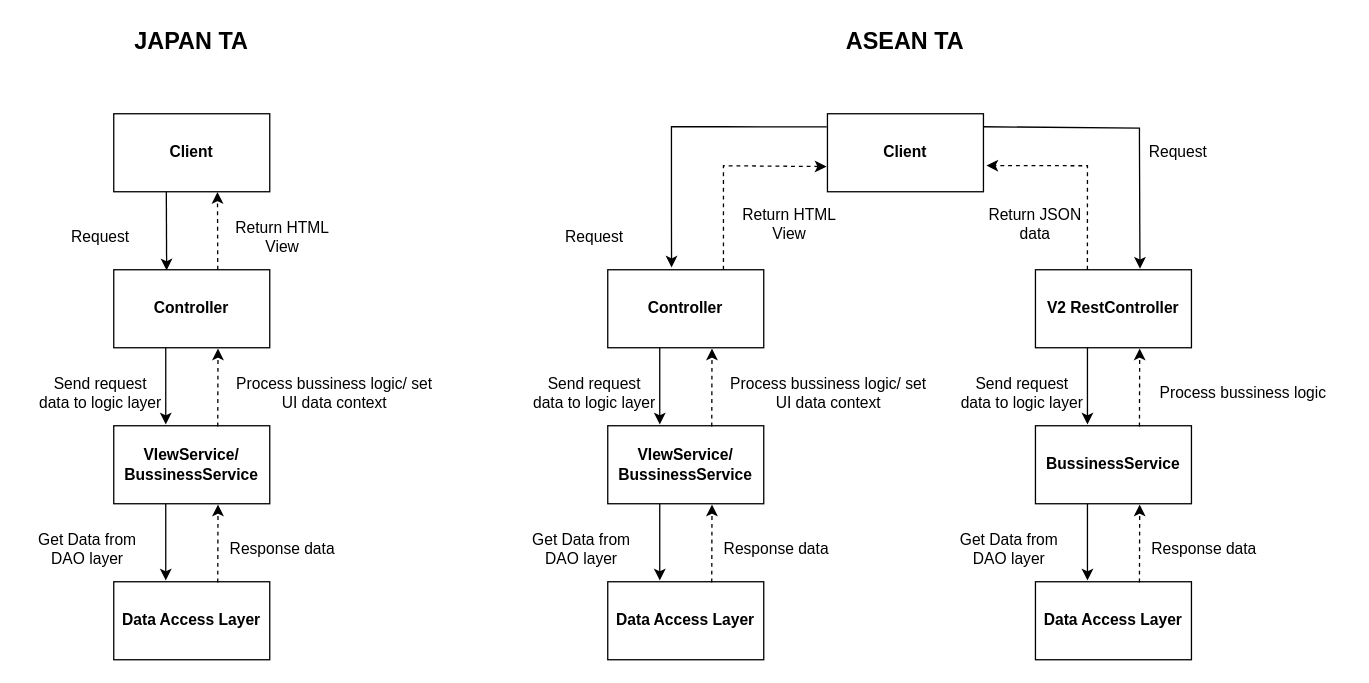
NguyenMinh1912/classdiagram keeps this draw.io diagram as mobile-ta-coding.drawio. Above is the earlier version. Source tidied: cells renumbered, new cells numbered last; positions are measured from the earlier drawing's top-left corner, leaving out a move shared by most shapes. Both pictures are drawn from the tidied source at 130%, with x=0, y=0 at pixel (22, 22).
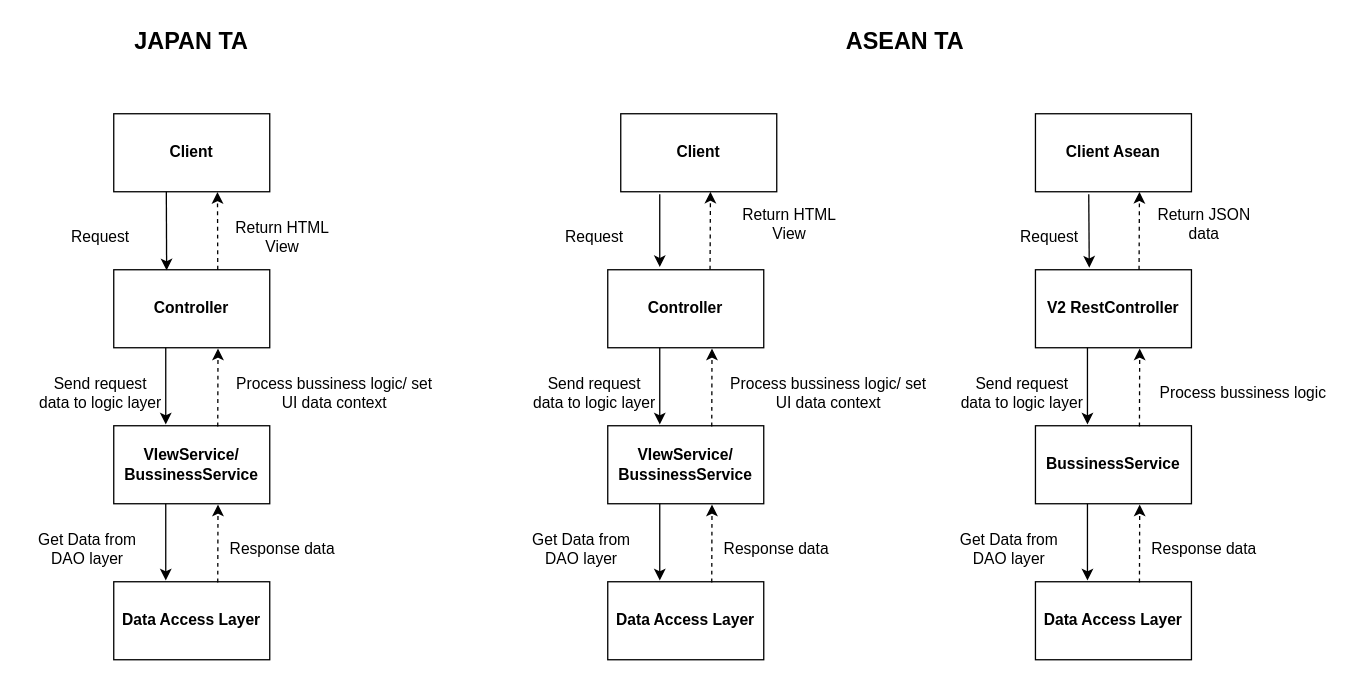
The same diagram, later.

Unchanged cells that the change refers to:
```xml
<mxCell id="19" value="&lt;b&gt;Controller&lt;/b&gt;" style="rounded=0;whiteSpace=wrap;html=1;" parent="1" vertex="1">
  <mxGeometry x="450" y="190" width="120" height="60" as="geometry" />
</mxCell>
<mxCell id="34" value="&lt;b&gt;V2 RestController&lt;/b&gt;" style="rounded=0;whiteSpace=wrap;html=1;" parent="1" vertex="1">
  <mxGeometry x="779" y="190" width="120" height="60" as="geometry" />
</mxCell>
```

What changed in the source:
```diff
@@
     <mxCell id="18" value="&lt;b&gt;Client&lt;/b&gt;" style="rounded=0;whiteSpace=wrap;html=1;" parent="1" vertex="1">
-      <mxGeometry x="619" y="70" width="120" height="60" as="geometry" />
+      <mxGeometry x="460" y="70" width="120" height="60" as="geometry" />
     </mxCell>
@@
-    <mxCell id="22" style="endArrow=classic;html=1;rounded=0;exitX=-0.004;exitY=0.168;exitDx=0;exitDy=0;entryX=0.409;entryY=-0.029;entryDx=0;entryDy=0;entryPerimeter=0;exitPerimeter=0;" parent="1" edge="1" source="18" target="19">
-      <mxGeometry relative="1" as="geometry">
-        <Array as="points">
-          <mxPoint x="539" y="80" />
-          <mxPoint x="499" y="80" />
-          <mxPoint x="499" y="150" />
-        </Array>
-      </mxGeometry>
-    </mxCell>
-    <mxCell id="23" style="endArrow=classic;html=1;rounded=0;entryX=-0.006;entryY=0.677;entryDx=0;entryDy=0;entryPerimeter=0;dashed=1;" parent="1" edge="1" target="18">
-      <mxGeometry relative="1" as="geometry">
-        <mxPoint x="539" y="190" as="sourcePoint" />
-        <Array as="points">
-          <mxPoint x="539" y="190" />
-          <mxPoint x="539" y="110" />
-        </Array>
-      </mxGeometry>
-    </mxCell>
@@
-    <mxCell id="35" style="endArrow=classic;html=1;rounded=0;entryX=0.67;entryY=-0.014;entryDx=0;entryDy=0;entryPerimeter=0;" parent="1" edge="1" target="34">
-      <mxGeometry relative="1" as="geometry">
-        <mxPoint x="739" y="80" as="sourcePoint" />
-        <Array as="points">
-          <mxPoint x="859" y="81" />
-          <mxPoint x="859" y="90" />
-        </Array>
-      </mxGeometry>
-    </mxCell>
-    <mxCell id="36" style="endArrow=classic;html=1;rounded=0;exitX=0.333;exitY=0;exitDx=0;exitDy=0;exitPerimeter=0;entryX=1.019;entryY=0.665;entryDx=0;entryDy=0;entryPerimeter=0;dashed=1;" parent="1" edge="1" source="34" target="18">
-      <mxGeometry relative="1" as="geometry">
-        <Array as="points">
-          <mxPoint x="819" y="110" />
-        </Array>
-      </mxGeometry>
-    </mxCell>
     <mxCell id="37" value="Return JSON data" style="text;html=1;align=center;verticalAlign=middle;whiteSpace=wrap;rounded=0;" parent="1" vertex="1">
-      <mxGeometry x="729" y="140" width="100" height="30" as="geometry" />
+      <mxGeometry x="859" y="140" width="100" height="30" as="geometry" />
     </mxCell>
     <mxCell id="38" value="Request" style="text;html=1;align=center;verticalAlign=middle;whiteSpace=wrap;rounded=0;" parent="1" vertex="1">
-      <mxGeometry x="839" y="85" width="100" height="30" as="geometry" />
+      <mxGeometry x="740" y="150" width="100" height="30" as="geometry" />
     </mxCell>
@@
+    <mxCell id="51" value="&lt;b&gt;Client Asean&lt;/b&gt;" style="rounded=0;whiteSpace=wrap;html=1;" parent="1" vertex="1">
+      <mxGeometry x="779" y="70" width="120" height="60" as="geometry" />
+    </mxCell>
+    <mxCell id="52" style="endArrow=classic;html=1;rounded=0;entryX=0.345;entryY=-0.027;entryDx=0;entryDy=0;entryPerimeter=0;" parent="1" edge="1" target="34">
+      <mxGeometry relative="1" as="geometry">
+        <mxPoint x="820" y="132" as="sourcePoint" />
+      </mxGeometry>
+    </mxCell>
+    <mxCell id="53" style="edgeStyle=orthogonalEdgeStyle;rounded=0;orthogonalLoop=1;jettySize=auto;html=1;entryX=0.334;entryY=1.01;entryDx=0;entryDy=0;entryPerimeter=0;exitX=0.332;exitY=0.009;exitDx=0;exitDy=0;exitPerimeter=0;dashed=1;" parent="1" edge="1">
+      <mxGeometry relative="1" as="geometry">
+        <mxPoint x="858.7" y="190" as="sourcePoint" />
+        <mxPoint x="859" y="130.1" as="targetPoint" />
+        <Array as="points">
+          <mxPoint x="858.9" y="189.5" />
+        </Array>
+      </mxGeometry>
+    </mxCell>
+    <mxCell id="54" style="endArrow=classic;html=1;rounded=0;entryX=0.345;entryY=-0.027;entryDx=0;entryDy=0;entryPerimeter=0;" parent="1" edge="1">
+      <mxGeometry relative="1" as="geometry">
+        <mxPoint x="490" y="131.9" as="sourcePoint" />
+        <mxPoint x="490" y="187.9" as="targetPoint" />
+      </mxGeometry>
+    </mxCell>
+    <mxCell id="55" style="edgeStyle=orthogonalEdgeStyle;rounded=0;orthogonalLoop=1;jettySize=auto;html=1;entryX=0.334;entryY=1.01;entryDx=0;entryDy=0;entryPerimeter=0;exitX=0.332;exitY=0.009;exitDx=0;exitDy=0;exitPerimeter=0;dashed=1;" parent="1" edge="1">
+      <mxGeometry relative="1" as="geometry">
+        <mxPoint x="528.7" y="189.9" as="sourcePoint" />
+        <mxPoint x="529" y="130" as="targetPoint" />
+        <Array as="points">
+          <mxPoint x="528.9" y="189.4" />
+        </Array>
+      </mxGeometry>
+    </mxCell>
```
